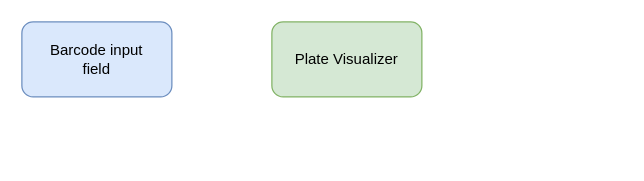
Earlier version of the draw.io diagram spec-check-flow.drawio (spectral-cockpit/speccheck). Source tidied: cells renumbered, new cells numbered last; positions are measured from the earlier drawing's top-left corner, leaving out a move shared by most shapes. Both pictures are drawn from the tidied source at 125%, with x=0, y=0 at pixel (21, 21).
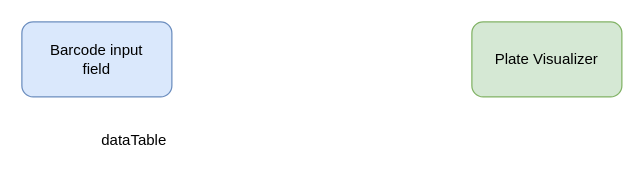
After the change.

Change to the diagram source:
```diff
@@
 <mxGraphModel>
   <root>
     <mxCell id="0" />
     <mxCell id="1" parent="0" />
     <mxCell id="2" value="&lt;div&gt;Barcode input&lt;/div&gt;&lt;div&gt;field&lt;/div&gt;" style="rounded=1;whiteSpace=wrap;html=1;fillColor=#dae8fc;strokeColor=#6c8ebf;" parent="1" vertex="1">
       <mxGeometry width="120" height="60" as="geometry" />
     </mxCell>
     <mxCell id="3" value="&lt;div&gt;Plate Visualizer&lt;br&gt;&lt;/div&gt;" style="rounded=1;whiteSpace=wrap;html=1;fillColor=#d5e8d4;strokeColor=#82b366;" parent="1" vertex="1">
-      <mxGeometry x="200" width="120" height="60" as="geometry" />
+      <mxGeometry x="360" width="120" height="60" as="geometry" />
     </mxCell>
+    <mxCell id="4" value="dataTable" style="text;html=1;strokeColor=none;fillColor=none;align=center;verticalAlign=middle;whiteSpace=wrap;rounded=0;" parent="1" vertex="1">
+      <mxGeometry x="60" y="80" width="60" height="30" as="geometry" />
+    </mxCell>
   </root>
 </mxGraphModel>
```
